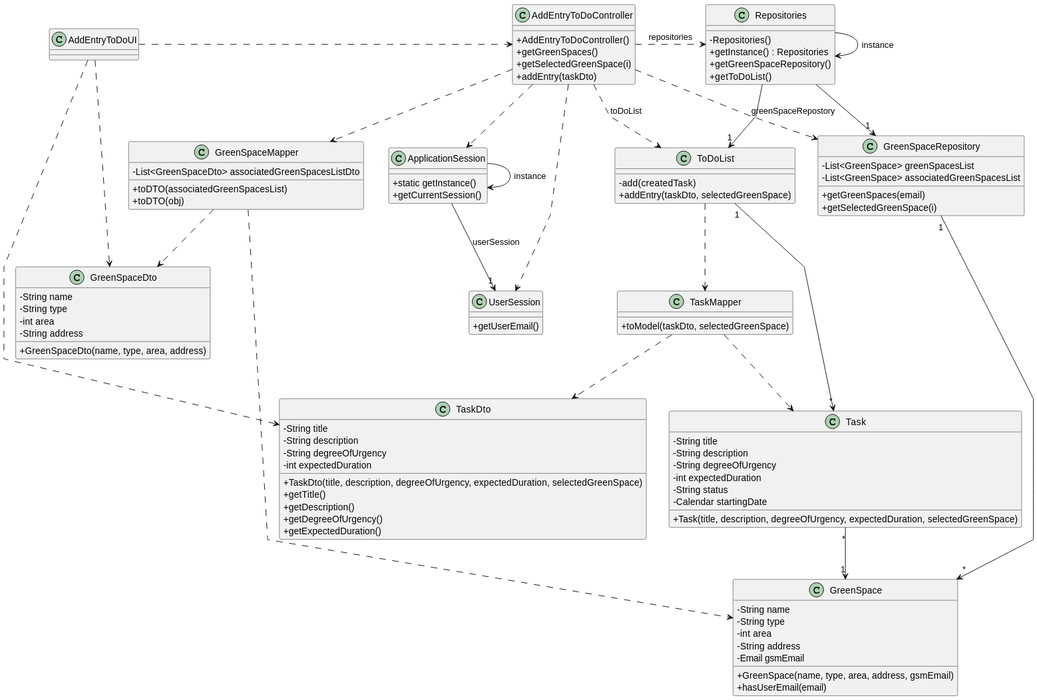
Departamento-de-Engenharia-Informatica/lei-24-s2-1dm-g132 keeps this PlantUML diagram as docs/sprintC/us021/03.design/svg/us021-class-diagram.svg. Above is the earlier version.
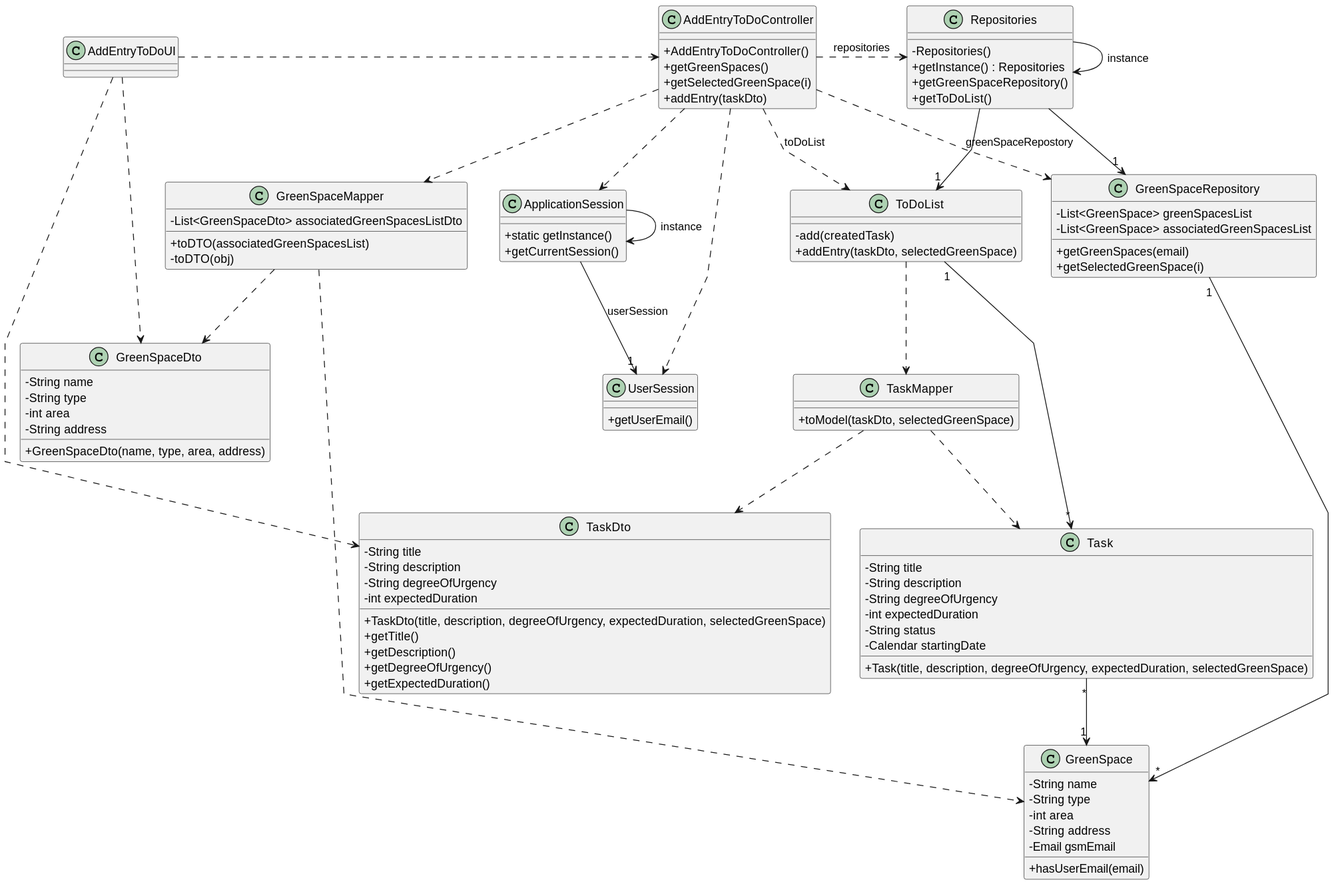
After the change.

Commit message:
US21 class diagram minor update

The edit, as a diff of the source:
```diff
@@ -53,7 +53,6 @@
     - int area
     - String address
     - Email gsmEmail
-    + GreenSpace(name, type, area, address, gsmEmail)
     + hasUserEmail(email)
 }
 
@@ -61,7 +60,7 @@
 {
     - List<GreenSpaceDto> associatedGreenSpacesListDto
     + toDTO(associatedGreenSpacesList)
-    + toDTO(obj)
+    - toDTO(obj)
 }
 
 class GreenSpaceDto
```
